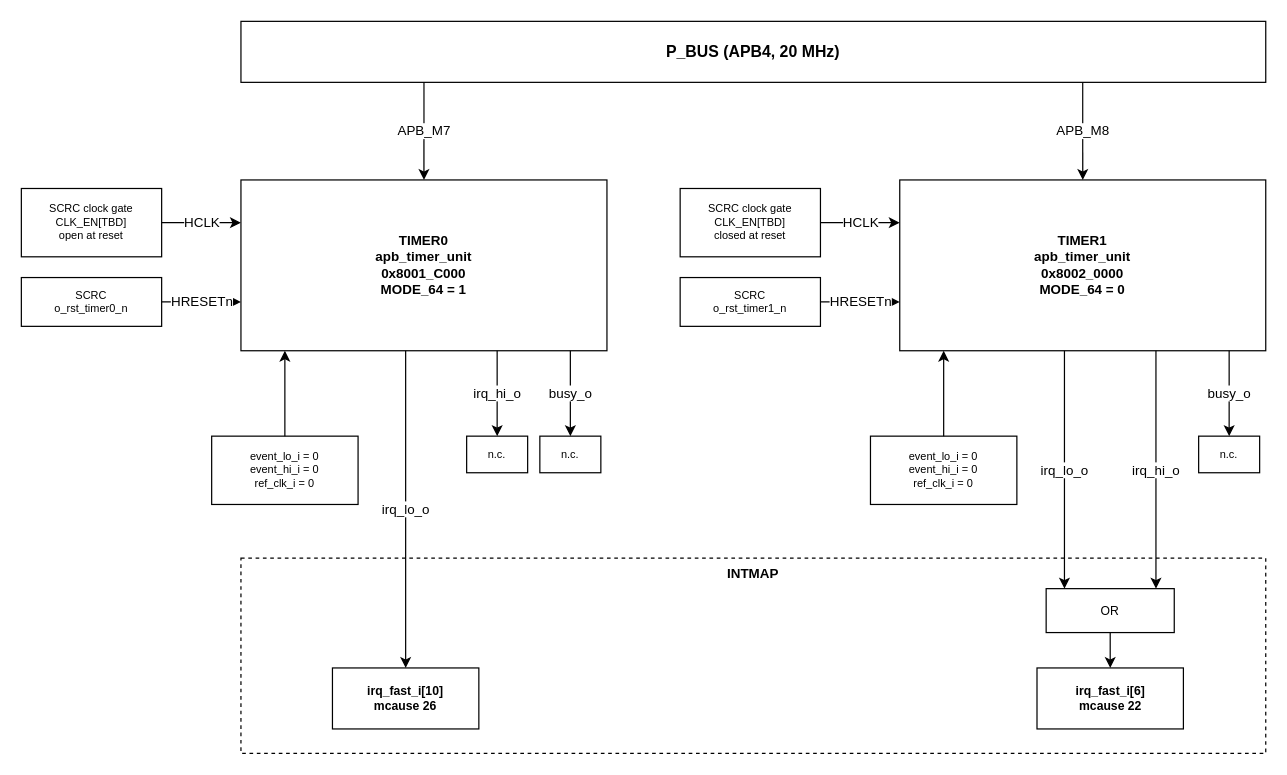
The draw.io diagram page "TIMER0 and TIMER1 in QSOC" (1 of 3) of doc/drawio/QNSC_Timer_PWM.drawio in quynhonsemiconductor/vlsi_deep_training, before the edit. Source tidied: cells renumbered, new cells numbered last; positions are measured from the earlier drawing's top-left corner, leaving out a move shared by most shapes. Both pictures are drawn from the tidied source at 122%, with x=0, y=0 at pixel (21, 21).
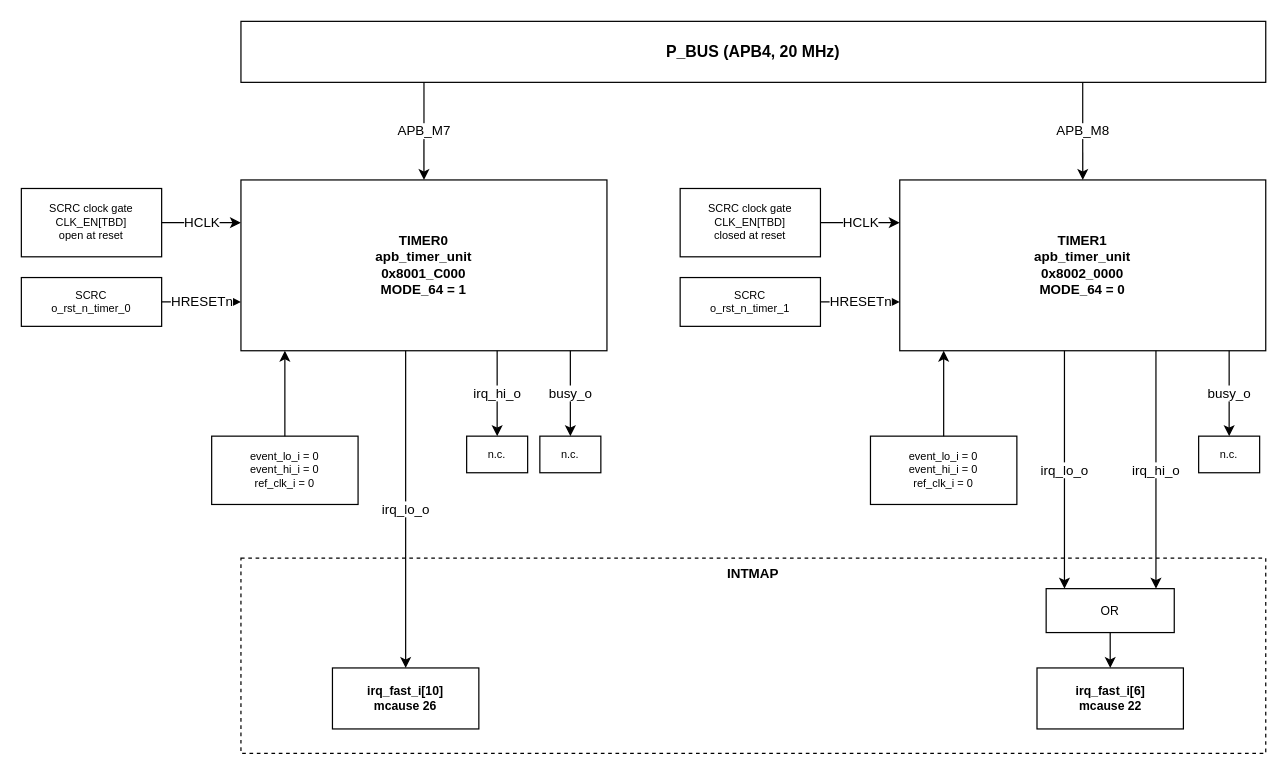
The same diagram, later.

Change to the diagram source:
```diff
@@
-    <mxCell id="6" value="SCRC&#10;o_rst_timer0_n" style="rounded=0;whiteSpace=wrap;html=1;fillColor=#ffffff;strokeColor=#000000;fontSize=9;dashed=0;verticalAlign=middle;" parent="1" vertex="1">
+    <mxCell id="6" value="SCRC&#10;o_rst_n_timer_0" style="rounded=0;whiteSpace=wrap;html=1;fillColor=#ffffff;strokeColor=#000000;fontSize=9;dashed=0;verticalAlign=middle;" parent="1" vertex="1">
       <mxGeometry y="210" width="115" height="40" as="geometry" />
     </mxCell>
@@
-    <mxCell id="8" value="SCRC&#10;o_rst_timer1_n" style="rounded=0;whiteSpace=wrap;html=1;fillColor=#ffffff;strokeColor=#000000;fontSize=9;dashed=0;verticalAlign=middle;" parent="1" vertex="1">
+    <mxCell id="8" value="SCRC&#10;o_rst_n_timer_1" style="rounded=0;whiteSpace=wrap;html=1;fillColor=#ffffff;strokeColor=#000000;fontSize=9;dashed=0;verticalAlign=middle;" parent="1" vertex="1">
       <mxGeometry x="540" y="210" width="115" height="40" as="geometry" />
     </mxCell>
```
